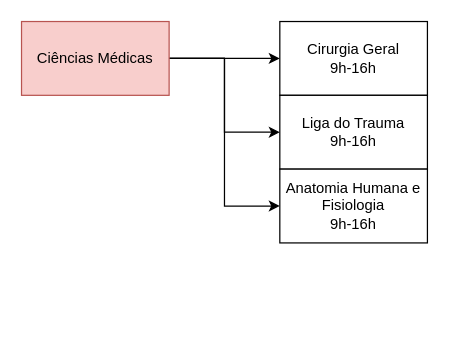
Before: planounicamp.drawio in levitheworst/personal, a draw.io diagram. Source tidied: cells renumbered, new cells numbered last; positions are measured from the earlier drawing's top-left corner, leaving out a move shared by most shapes. Both pictures are drawn from the tidied source at 123%, with x=0, y=0 at pixel (21, 21).
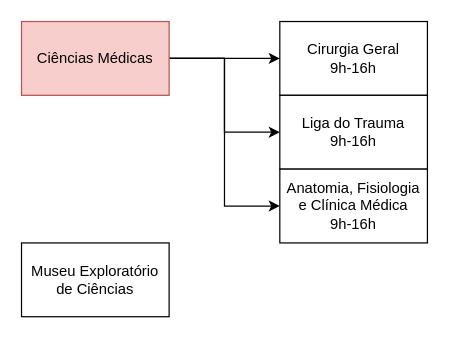
The same diagram, later.

Diff of the diagram source:
```diff
@@
 <mxGraphModel>
   <root>
     <mxCell id="0" />
     <mxCell id="1" parent="0" />
     <mxCell id="2" style="edgeStyle=orthogonalEdgeStyle;rounded=0;jettySize=auto;html=1;exitX=1;exitY=0.5;exitDx=0;exitDy=0;entryX=0;entryY=0.5;entryDx=0;entryDy=0;" parent="1" edge="1" source="5" target="6">
       <mxGeometry relative="1" as="geometry" />
     </mxCell>
     <mxCell id="3" style="edgeStyle=orthogonalEdgeStyle;rounded=0;jettySize=auto;html=1;exitX=1;exitY=0.5;exitDx=0;exitDy=0;entryX=0;entryY=0.5;entryDx=0;entryDy=0;" parent="1" edge="1" source="5" target="7">
       <mxGeometry relative="1" as="geometry" />
     </mxCell>
     <mxCell id="4" style="edgeStyle=orthogonalEdgeStyle;rounded=0;jettySize=auto;html=1;exitX=1;exitY=0.5;exitDx=0;exitDy=0;entryX=0;entryY=0.5;entryDx=0;entryDy=0;" parent="1" edge="1" source="5" target="8">
       <mxGeometry relative="1" as="geometry" />
     </mxCell>
     <mxCell id="5" value="Ciências Médicas" style="rounded=0;whiteSpace=wrap;html=1;fillColor=#f8cecc;strokeColor=#b85450;" parent="1" vertex="1">
       <mxGeometry width="120" height="60" as="geometry" />
     </mxCell>
     <mxCell id="6" value="Cirurgia Geral&lt;div&gt;9h-16h&lt;/div&gt;" style="rounded=0;whiteSpace=wrap;html=1;" parent="1" vertex="1">
       <mxGeometry x="210" width="120" height="60" as="geometry" />
     </mxCell>
     <mxCell id="7" value="Liga do Trauma&lt;div&gt;9h-16h&lt;/div&gt;" style="rounded=0;whiteSpace=wrap;html=1;" parent="1" vertex="1">
       <mxGeometry x="210" y="60" width="120" height="60" as="geometry" />
     </mxCell>
-    <mxCell id="8" value="&lt;div&gt;Anatomia Humana e Fisiologia&lt;/div&gt;&lt;div&gt;9h-16h&lt;/div&gt;" style="rounded=0;whiteSpace=wrap;html=1;" parent="1" vertex="1">
+    <mxCell id="8" value="&lt;div&gt;Anatomia, Fisiologia e Clínica Médica&lt;/div&gt;&lt;div&gt;9h-16h&lt;/div&gt;" style="rounded=0;whiteSpace=wrap;html=1;" parent="1" vertex="1">
       <mxGeometry x="210" y="120" width="120" height="60" as="geometry" />
     </mxCell>
+    <mxCell id="9" value="Museu Exploratório de Ciências" style="rounded=0;whiteSpace=wrap;html=1;" parent="1" vertex="1">
+      <mxGeometry y="180" width="120" height="60" as="geometry" />
+    </mxCell>
   </root>
 </mxGraphModel>
```
